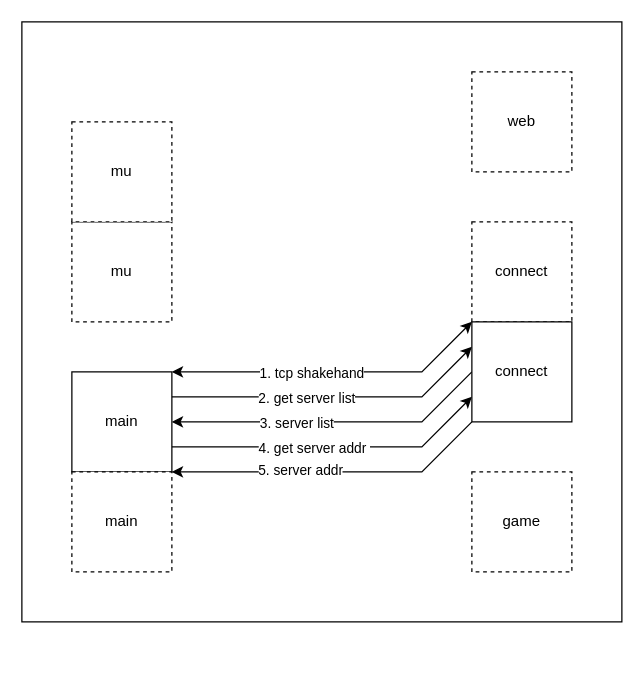
Earlier version of the draw.io diagram docs/server-list.drawio (xujintao/balgass). Source tidied: cells renumbered, new cells numbered last; positions are measured from the earlier drawing's top-left corner, leaving out a move shared by most shapes. Both pictures are drawn from the tidied source at 125%, with x=0, y=0 at pixel (21, 21).
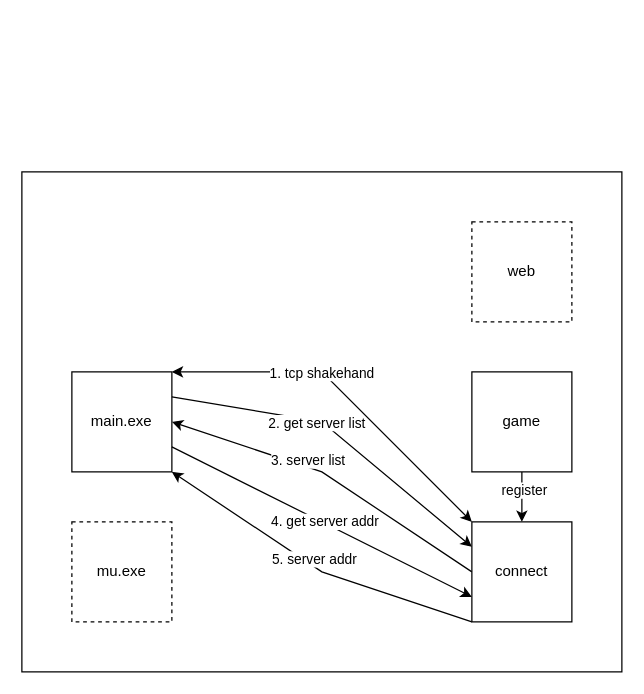
The same page after the edit.

Diff of the diagram source:
```diff
@@
-    <mxCell id="2" style="rounded=0;whiteSpace=wrap;html=1;" parent="1" vertex="1">
-      <mxGeometry width="480" height="480" as="geometry" />
-    </mxCell>
+    <mxCell id="21" style="rounded=0;whiteSpace=wrap;html=1;" parent="1" vertex="1">
+      <mxGeometry y="120" width="480" height="400" as="geometry" />
+    </mxCell>
-    <mxCell id="3" value="main" style="rounded=0;whiteSpace=wrap;html=1;" parent="1" vertex="1">
+    <mxCell id="3" value="main.exe" style="rounded=0;whiteSpace=wrap;html=1;" parent="1" vertex="1">
       <mxGeometry x="40" y="280" width="80" height="80" as="geometry" />
     </mxCell>
-    <mxCell id="4" value="game" style="rounded=0;whiteSpace=wrap;html=1;dashed=1;" parent="1" vertex="1">
-      <mxGeometry x="360" y="360" width="80" height="80" as="geometry" />
+    <mxCell id="4" value="game" style="rounded=0;whiteSpace=wrap;html=1;" parent="1" vertex="1">
+      <mxGeometry x="360" y="280" width="80" height="80" as="geometry" />
     </mxCell>
-    <mxCell id="5" value="mu" style="rounded=0;whiteSpace=wrap;html=1;dashed=1;" parent="1" vertex="1">
-      <mxGeometry x="40" y="160" width="80" height="80" as="geometry" />
+    <mxCell id="5" value="mu.exe" style="rounded=0;whiteSpace=wrap;html=1;dashed=1;" parent="1" vertex="1">
+      <mxGeometry x="40" y="400" width="80" height="80" as="geometry" />
     </mxCell>
-    <mxCell id="6" value="connect" style="rounded=0;whiteSpace=wrap;html=1;dashed=1;" parent="1" vertex="1">
-      <mxGeometry x="360" y="160" width="80" height="80" as="geometry" />
-    </mxCell>
     <mxCell id="7" value="web" style="rounded=0;whiteSpace=wrap;html=1;dashed=1;" parent="1" vertex="1">
-      <mxGeometry x="360" y="40" width="80" height="80" as="geometry" />
+      <mxGeometry x="360" y="160" width="80" height="80" as="geometry" />
     </mxCell>
     <mxCell id="8" style="endArrow=classic;html=1;rounded=0;exitX=1;exitY=0.25;exitDx=0;exitDy=0;entryX=0;entryY=0.25;entryDx=0;entryDy=0;" parent="1" edge="1" source="3" target="18">
       <mxGeometry relative="1" as="geometry">
         <Array as="points">
-          <mxPoint x="320" y="300" />
+          <mxPoint x="240" y="320" />
         </Array>
       </mxGeometry>
     </mxCell>
     <mxCell id="9" value="2. get server list" style="edgeLabel;html=1;align=center;verticalAlign=middle;" parent="8" vertex="1">
       <mxGeometry x="-0.33" relative="1" as="geometry">
-        <mxPoint x="21" as="offset" />
+        <mxPoint x="24" y="5" as="offset" />
       </mxGeometry>
     </mxCell>
     <mxCell id="10" style="endArrow=classic;html=1;rounded=0;entryX=1;entryY=0.5;entryDx=0;entryDy=0;exitX=0;exitY=0.5;exitDx=0;exitDy=0;" parent="1" edge="1" source="18" target="3">
       <mxGeometry relative="1" as="geometry">
         <Array as="points">
-          <mxPoint x="320" y="320" />
+          <mxPoint x="240" y="360" />
         </Array>
       </mxGeometry>
     </mxCell>
     <mxCell id="11" value="3. server list" style="edgeLabel;html=1;align=center;verticalAlign=middle;" parent="10" vertex="1">
       <mxGeometry x="0.39" y="3" relative="1" as="geometry">
-        <mxPoint x="21" y="-3" as="offset" />
+        <mxPoint x="31" y="1" as="offset" />
       </mxGeometry>
     </mxCell>
     <mxCell id="12" style="endArrow=classic;html=1;rounded=0;exitX=1;exitY=0.75;exitDx=0;exitDy=0;entryX=0;entryY=0.75;entryDx=0;entryDy=0;" parent="1" edge="1" source="3" target="18">
-      <mxGeometry relative="1" as="geometry">
-        <Array as="points">
-          <mxPoint x="320" y="340" />
-        </Array>
-      </mxGeometry>
+      <mxGeometry relative="1" as="geometry" />
     </mxCell>
     <mxCell id="13" value="4. get server addr&amp;nbsp;" style="edgeLabel;html=1;align=center;verticalAlign=middle;" parent="12" vertex="1">
       <mxGeometry x="-0.39" y="-1" relative="1" as="geometry">
-        <mxPoint x="35" y="-1" as="offset" />
+        <mxPoint x="51" y="22" as="offset" />
       </mxGeometry>
     </mxCell>
     <mxCell id="14" style="endArrow=classic;html=1;rounded=0;entryX=1;entryY=1;entryDx=0;entryDy=0;exitX=0;exitY=1;exitDx=0;exitDy=0;" parent="1" edge="1" source="18" target="3">
       <mxGeometry relative="1" as="geometry">
         <Array as="points">
-          <mxPoint x="320" y="360" />
+          <mxPoint x="240" y="440" />
         </Array>
       </mxGeometry>
     </mxCell>
     <mxCell id="15" value="5. server addr" style="edgeLabel;html=1;align=center;verticalAlign=middle;" parent="14" vertex="1">
       <mxGeometry x="0.53" y="-2" relative="1" as="geometry">
-        <mxPoint x="42" as="offset" />
+        <mxPoint x="59" y="36" as="offset" />
       </mxGeometry>
     </mxCell>
-    <mxCell id="16" value="main" style="rounded=0;whiteSpace=wrap;html=1;dashed=1;" parent="1" vertex="1">
-      <mxGeometry x="40" y="360" width="80" height="80" as="geometry" />
-    </mxCell>
-    <mxCell id="17" value="mu" style="rounded=0;whiteSpace=wrap;html=1;dashed=1;" parent="1" vertex="1">
-      <mxGeometry x="40" y="80" width="80" height="80" as="geometry" />
-    </mxCell>
     <mxCell id="18" value="connect" style="rounded=0;whiteSpace=wrap;html=1;" parent="1" vertex="1">
-      <mxGeometry x="360" y="240" width="80" height="80" as="geometry" />
+      <mxGeometry x="360" y="400" width="80" height="80" as="geometry" />
     </mxCell>
     <mxCell id="19" style="endArrow=classic;startArrow=classic;html=1;rounded=0;exitX=1;exitY=0;exitDx=0;exitDy=0;entryX=0;entryY=0;entryDx=0;entryDy=0;" parent="1" edge="1" source="3" target="18">
       <mxGeometry relative="1" as="geometry">
         <Array as="points">
-          <mxPoint x="320" y="280" />
+          <mxPoint x="240" y="280" />
         </Array>
       </mxGeometry>
     </mxCell>
     <mxCell id="20" value="1. tcp shakehand" style="edgeLabel;html=1;align=center;verticalAlign=middle;" parent="19" vertex="1">
       <mxGeometry x="-0.09" y="-1" relative="1" as="geometry">
-        <mxPoint x="-6" y="-1" as="offset" />
+        <mxPoint x="-8" y="-9" as="offset" />
       </mxGeometry>
     </mxCell>
+    <mxCell id="22" style="endArrow=classic;html=1;rounded=0;entryX=0.5;entryY=0;entryDx=0;entryDy=0;exitX=0.5;exitY=1;exitDx=0;exitDy=0;" parent="1" edge="1" source="4" target="18">
+      <mxGeometry relative="1" as="geometry" />
+    </mxCell>
+    <mxCell id="23" value="register" style="edgeLabel;html=1;align=center;verticalAlign=middle;" parent="22" vertex="1">
+      <mxGeometry x="-0.3" y="1" relative="1" as="geometry" />
+    </mxCell>
```
